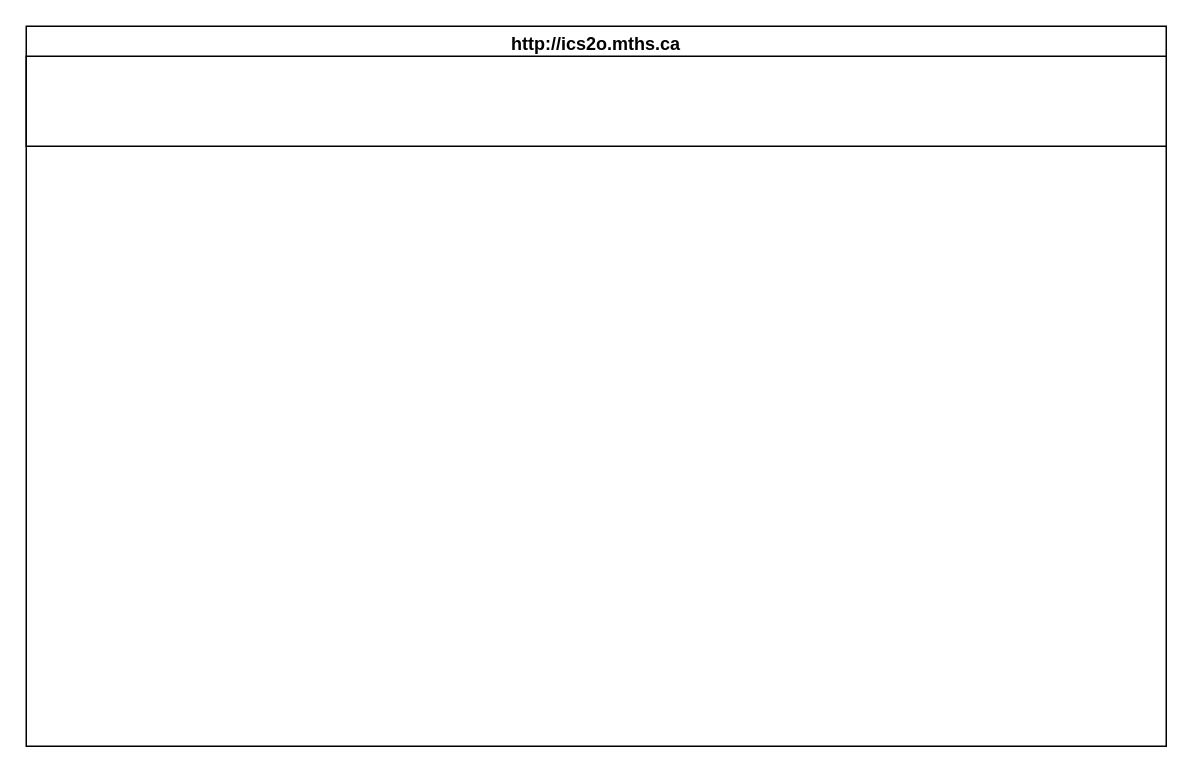
Above: design/storyboard.drawio in MTHS-ICD2O-1-2023/ICD2O-Unit-5-06-manya-feng (draw.io), before the change. Source tidied: cells renumbered, new cells numbered last; positions are measured from the earlier drawing's top-left corner, leaving out a move shared by most shapes. Both pictures are drawn from the tidied source at 150%, with x=0, y=0 at pixel (26, 26).
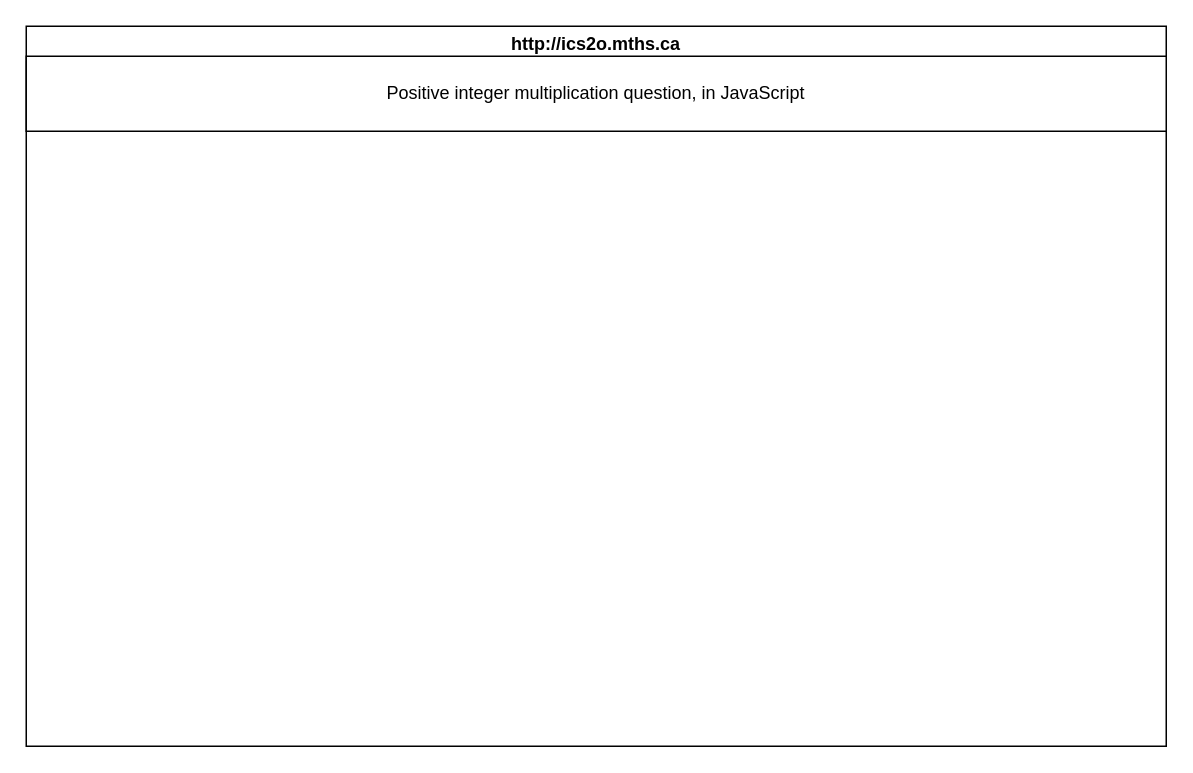
The same page after the edit.

Change to the diagram source:
```diff
@@
 <mxGraphModel>
   <root>
     <mxCell id="0" />
     <mxCell id="1" parent="0" />
     <mxCell id="2" value="http://ics2o.mths.ca" style="swimlane;whiteSpace=wrap;html=1;" parent="1" vertex="1">
       <mxGeometry width="760" height="480" as="geometry" />
     </mxCell>
-    <mxCell id="3" style="rounded=0;whiteSpace=wrap;html=1;" parent="2" vertex="1">
-      <mxGeometry y="20" width="760" height="60" as="geometry" />
+    <mxCell id="3" value="Positive integer multiplication question, in JavaScript" style="rounded=0;whiteSpace=wrap;html=1;" parent="2" vertex="1">
+      <mxGeometry y="20" width="760" height="50" as="geometry" />
     </mxCell>
   </root>
 </mxGraphModel>
```
